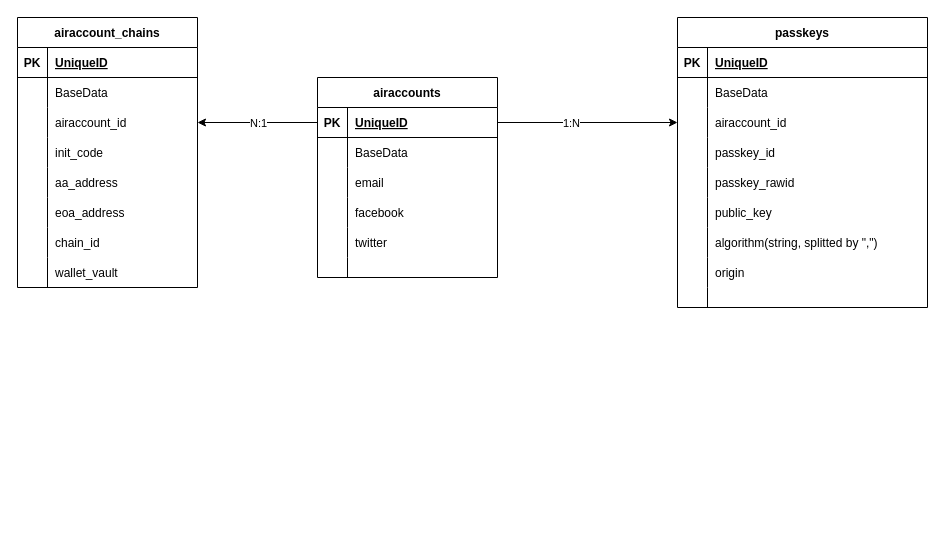
AAStarCommunity/AnotherAirAccountCommunityNode keeps this draw.io diagram as docs/passkey-er.drawio. Above is the earlier version. Source tidied: cells renumbered, new cells numbered last; positions are measured from the earlier drawing's top-left corner, leaving out a move shared by most shapes. Both pictures are drawn from the tidied source at 100%, with x=0, y=0 at pixel (17, 17).
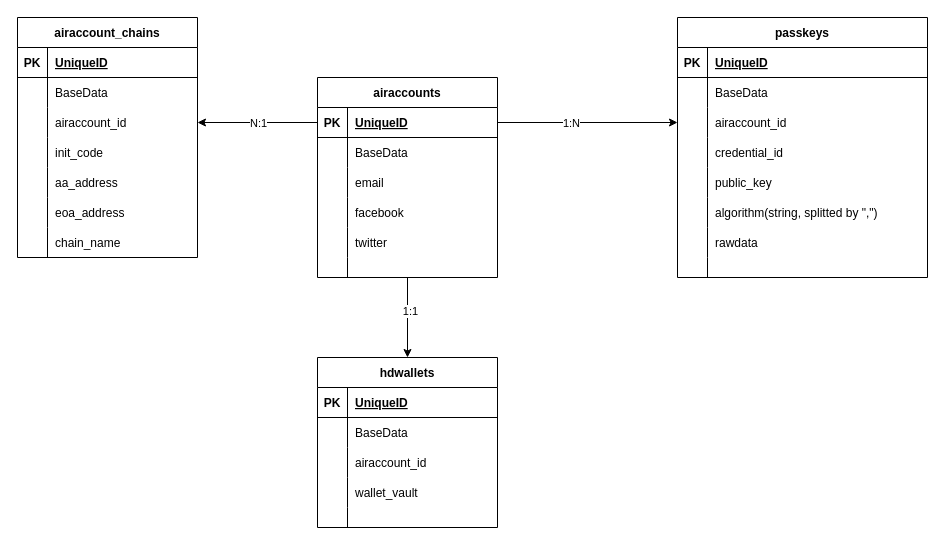
The same page after the edit.

Unchanged cells that the change refers to:
```xml
<mxCell id="2" value="airaccounts" style="shape=table;startSize=30;childLayout=tableLayout;rowLines=0;fontStyle=1;align=center;" parent="1" vertex="1">
  <mxGeometry x="300" y="60" width="180" height="200" as="geometry" />
</mxCell>
<mxCell id="42" style="shape=tableRow;horizontal=0;startSize=0;swimlaneHead=0;swimlaneBody=0;fillColor=none;top=0;left=0;right=0;bottom=0;" parent="23" vertex="1">
  <mxGeometry y="210" width="180" height="30" as="geometry" />
</mxCell>
<mxCell id="58" style="shape=tableRow;horizontal=0;startSize=0;swimlaneHead=0;swimlaneBody=0;fillColor=none;top=0;left=0;right=0;bottom=0;" parent="48" vertex="1">
  <mxGeometry y="120" width="250" height="30" as="geometry" />
</mxCell>
```

Diff of the diagram source:
```diff
@@
+    <mxCell id="78" style="edgeStyle=none;html=1;" parent="1" edge="1" source="2" target="83">
+      <mxGeometry relative="1" as="geometry" />
+    </mxCell>
+    <mxCell id="79" value="1:1" style="edgeLabel;html=1;align=center;verticalAlign=middle;" parent="78" vertex="1">
+      <mxGeometry x="-0.17" y="2" relative="1" as="geometry" />
+    </mxCell>
@@
     <mxCell id="23" value="airaccount_chains" style="shape=table;startSize=30;childLayout=tableLayout;rowLines=0;fontStyle=1;align=center;" parent="1" vertex="1">
-      <mxGeometry width="180" height="270" as="geometry" />
+      <mxGeometry width="180" height="240" as="geometry" />
     </mxCell>
@@
-    <mxCell id="44" value="chain_id" style="shape=partialRectangle;fillColor=none;top=0;left=0;bottom=0;right=0;align=left;spacingLeft=6;overflow=hidden;" parent="42" vertex="1">
+    <mxCell id="44" value="chain_name" style="shape=partialRectangle;fillColor=none;top=0;left=0;bottom=0;right=0;align=left;spacingLeft=6;overflow=hidden;" parent="42" vertex="1">
       <mxGeometry x="30" width="150" height="30" as="geometry" />
     </mxCell>
-    <mxCell id="45" style="shape=tableRow;horizontal=0;startSize=0;swimlaneHead=0;swimlaneBody=0;fillColor=none;top=0;left=0;right=0;bottom=0;" parent="23" vertex="1">
-      <mxGeometry y="240" width="180" height="30" as="geometry" />
-    </mxCell>
-    <mxCell id="46" style="shape=partialRectangle;fillColor=none;top=0;left=0;bottom=0;right=0;overflow=hidden;" parent="45" vertex="1">
-      <mxGeometry width="30" height="30" as="geometry" />
-    </mxCell>
-    <mxCell id="47" value="wallet_vault" style="shape=partialRectangle;fillColor=none;top=0;left=0;bottom=0;right=0;align=left;spacingLeft=6;overflow=hidden;" parent="45" vertex="1">
-      <mxGeometry x="30" width="150" height="30" as="geometry" />
-    </mxCell>
     <mxCell id="48" value="passkeys" style="shape=table;startSize=30;childLayout=tableLayout;rowLines=0;fontStyle=1;align=center;" parent="1" vertex="1">
-      <mxGeometry x="660" width="250" height="290" as="geometry" />
+      <mxGeometry x="660" width="250" height="260" as="geometry" />
     </mxCell>
@@
-    <mxCell id="60" value="passkey_id" style="shape=partialRectangle;fillColor=none;top=0;left=0;bottom=0;right=0;align=left;spacingLeft=6;overflow=hidden;" parent="58" vertex="1">
+    <mxCell id="60" value="credential_id" style="shape=partialRectangle;fillColor=none;top=0;left=0;bottom=0;right=0;align=left;spacingLeft=6;overflow=hidden;" parent="58" vertex="1">
       <mxGeometry x="30" width="220" height="30" as="geometry" />
     </mxCell>
-    <mxCell id="61" style="shape=tableRow;horizontal=0;startSize=0;swimlaneHead=0;swimlaneBody=0;fillColor=none;top=0;left=0;right=0;bottom=0;" parent="48" vertex="1">
-      <mxGeometry y="150" width="250" height="30" as="geometry" />
-    </mxCell>
-    <mxCell id="62" style="shape=partialRectangle;fillColor=none;top=0;left=0;bottom=0;right=0;overflow=hidden;" parent="61" vertex="1">
-      <mxGeometry width="30" height="30" as="geometry" />
-    </mxCell>
-    <mxCell id="63" value="passkey_rawid" style="shape=partialRectangle;fillColor=none;top=0;left=0;bottom=0;right=0;align=left;spacingLeft=6;overflow=hidden;" parent="61" vertex="1">
-      <mxGeometry x="30" width="220" height="30" as="geometry" />
-    </mxCell>
     <mxCell id="64" style="shape=tableRow;horizontal=0;startSize=0;swimlaneHead=0;swimlaneBody=0;fillColor=none;top=0;left=0;right=0;bottom=0;" parent="48" vertex="1">
-      <mxGeometry y="180" width="250" height="30" as="geometry" />
+      <mxGeometry y="150" width="250" height="30" as="geometry" />
     </mxCell>
@@
     <mxCell id="67" style="shape=tableRow;horizontal=0;startSize=0;swimlaneHead=0;swimlaneBody=0;fillColor=none;top=0;left=0;right=0;bottom=0;" parent="48" vertex="1">
-      <mxGeometry y="210" width="250" height="30" as="geometry" />
+      <mxGeometry y="180" width="250" height="30" as="geometry" />
     </mxCell>
@@
-    <mxCell id="70" style="shape=tableRow;horizontal=0;startSize=0;swimlaneHead=0;swimlaneBody=0;fillColor=none;top=0;left=0;right=0;bottom=0;" parent="48" vertex="1">
-      <mxGeometry y="240" width="250" height="30" as="geometry" />
-    </mxCell>
-    <mxCell id="71" style="shape=partialRectangle;fillColor=none;top=0;left=0;bottom=0;right=0;overflow=hidden;" parent="70" vertex="1">
-      <mxGeometry width="30" height="30" as="geometry" />
-    </mxCell>
-    <mxCell id="72" value="origin" style="shape=partialRectangle;fillColor=none;top=0;left=0;bottom=0;right=0;align=left;spacingLeft=6;overflow=hidden;" parent="70" vertex="1">
-      <mxGeometry x="30" width="220" height="30" as="geometry" />
-    </mxCell>
+    <mxCell id="80" style="shape=tableRow;horizontal=0;startSize=0;swimlaneHead=0;swimlaneBody=0;fillColor=none;top=0;left=0;right=0;bottom=0;" parent="48" vertex="1">
+      <mxGeometry y="210" width="250" height="30" as="geometry" />
+    </mxCell>
+    <mxCell id="81" style="shape=partialRectangle;fillColor=none;top=0;left=0;bottom=0;right=0;overflow=hidden;" parent="80" vertex="1">
+      <mxGeometry width="30" height="30" as="geometry" />
+    </mxCell>
+    <mxCell id="82" value="rawdata" style="shape=partialRectangle;fillColor=none;top=0;left=0;bottom=0;right=0;align=left;spacingLeft=6;overflow=hidden;" parent="80" vertex="1">
+      <mxGeometry x="30" width="220" height="30" as="geometry" />
+    </mxCell>
     <mxCell id="73" style="shape=tableRow;horizontal=0;startSize=0;swimlaneHead=0;swimlaneBody=0;fillColor=none;top=0;left=0;right=0;bottom=0;" parent="48" vertex="1">
-      <mxGeometry y="270" width="250" height="20" as="geometry" />
+      <mxGeometry y="240" width="250" height="20" as="geometry" />
     </mxCell>
@@
+    <mxCell id="83" value="hdwallets" style="shape=table;startSize=30;childLayout=tableLayout;rowLines=0;fontStyle=1;align=center;" parent="1" vertex="1">
+      <mxGeometry x="300" y="340" width="180" height="170" as="geometry" />
+    </mxCell>
+    <mxCell id="84" style="shape=tableRow;horizontal=0;startSize=0;swimlaneHead=0;swimlaneBody=0;fillColor=none;top=0;left=0;right=0;bottom=1;" parent="83" vertex="1">
+      <mxGeometry y="30" width="180" height="30" as="geometry" />
+    </mxCell>
+    <mxCell id="85" value="PK" style="shape=partialRectangle;fillColor=none;top=0;left=0;bottom=0;right=0;fontStyle=1;overflow=hidden;" parent="84" vertex="1">
+      <mxGeometry width="30" height="30" as="geometry" />
+    </mxCell>
+    <mxCell id="86" value="UniqueID" style="shape=partialRectangle;fillColor=none;top=0;left=0;bottom=0;right=0;align=left;spacingLeft=6;fontStyle=5;overflow=hidden;" parent="84" vertex="1">
+      <mxGeometry x="30" width="150" height="30" as="geometry" />
+    </mxCell>
+    <mxCell id="87" style="shape=tableRow;horizontal=0;startSize=0;swimlaneHead=0;swimlaneBody=0;fillColor=none;top=0;left=0;right=0;bottom=0;" parent="83" vertex="1">
+      <mxGeometry y="60" width="180" height="30" as="geometry" />
+    </mxCell>
+    <mxCell id="88" style="shape=partialRectangle;fillColor=none;top=0;left=0;bottom=0;right=0;overflow=hidden;" parent="87" vertex="1">
+      <mxGeometry width="30" height="30" as="geometry" />
+    </mxCell>
+    <mxCell id="89" value="BaseData" style="shape=partialRectangle;fillColor=none;top=0;left=0;bottom=0;right=0;align=left;spacingLeft=6;overflow=hidden;" parent="87" vertex="1">
+      <mxGeometry x="30" width="150" height="30" as="geometry" />
+    </mxCell>
+    <mxCell id="90" style="shape=tableRow;horizontal=0;startSize=0;swimlaneHead=0;swimlaneBody=0;fillColor=none;top=0;left=0;right=0;bottom=0;" parent="83" vertex="1">
+      <mxGeometry y="90" width="180" height="30" as="geometry" />
+    </mxCell>
+    <mxCell id="91" style="shape=partialRectangle;fillColor=none;top=0;left=0;bottom=0;right=0;overflow=hidden;" parent="90" vertex="1">
+      <mxGeometry width="30" height="30" as="geometry" />
+    </mxCell>
+    <mxCell id="92" value="airaccount_id" style="shape=partialRectangle;fillColor=none;top=0;left=0;bottom=0;right=0;align=left;spacingLeft=6;overflow=hidden;" parent="90" vertex="1">
+      <mxGeometry x="30" width="150" height="30" as="geometry" />
+    </mxCell>
+    <mxCell id="93" style="shape=tableRow;horizontal=0;startSize=0;swimlaneHead=0;swimlaneBody=0;fillColor=none;top=0;left=0;right=0;bottom=0;" parent="83" vertex="1">
+      <mxGeometry y="120" width="180" height="30" as="geometry" />
+    </mxCell>
+    <mxCell id="94" style="shape=partialRectangle;fillColor=none;top=0;left=0;bottom=0;right=0;overflow=hidden;" parent="93" vertex="1">
+      <mxGeometry width="30" height="30" as="geometry" />
+    </mxCell>
+    <mxCell id="47" value="wallet_vault" style="shape=partialRectangle;fillColor=none;top=0;left=0;bottom=0;right=0;align=left;spacingLeft=6;overflow=hidden;" parent="93" vertex="1">
+      <mxGeometry x="30" width="150" height="30" as="geometry" />
+    </mxCell>
+    <mxCell id="95" style="shape=tableRow;horizontal=0;startSize=0;swimlaneHead=0;swimlaneBody=0;fillColor=none;top=0;left=0;right=0;bottom=0;" parent="83" vertex="1">
+      <mxGeometry y="150" width="180" height="20" as="geometry" />
+    </mxCell>
+    <mxCell id="96" style="shape=partialRectangle;fillColor=none;top=0;left=0;bottom=0;right=0;overflow=hidden;" parent="95" vertex="1">
+      <mxGeometry width="30" height="20" as="geometry" />
+    </mxCell>
+    <mxCell id="97" style="shape=partialRectangle;fillColor=none;top=0;left=0;bottom=0;right=0;align=left;spacingLeft=6;overflow=hidden;" parent="95" vertex="1">
+      <mxGeometry x="30" width="150" height="20" as="geometry" />
+    </mxCell>
```
